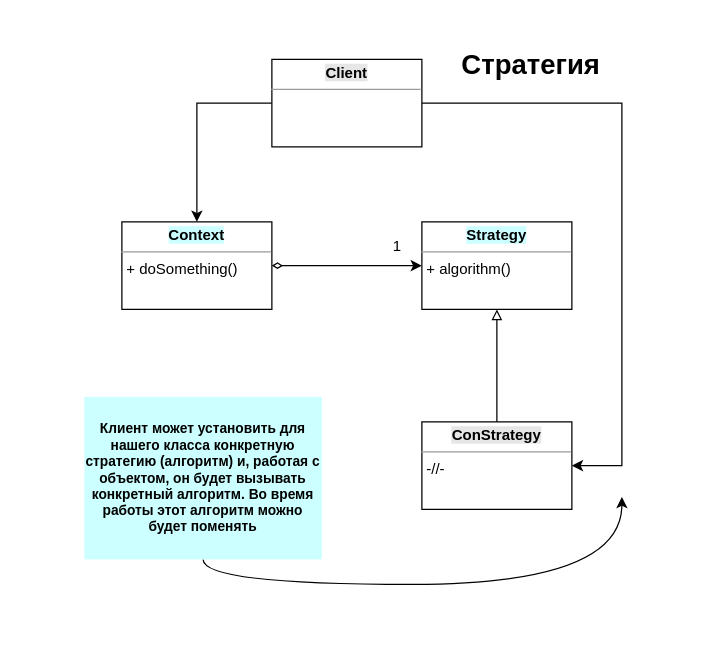
The draw.io diagram page "Стратегия" (1 of 5) of exam/uml/Паттерны поведения.drawio in Tulenenok/BMSTU_OOP, before the edit. Source tidied: cells renumbered, new cells numbered last; positions are measured from the earlier drawing's top-left corner, leaving out a move shared by most shapes. Both pictures are drawn from the tidied source at 125%, with x=0, y=0 at pixel (21, 21).
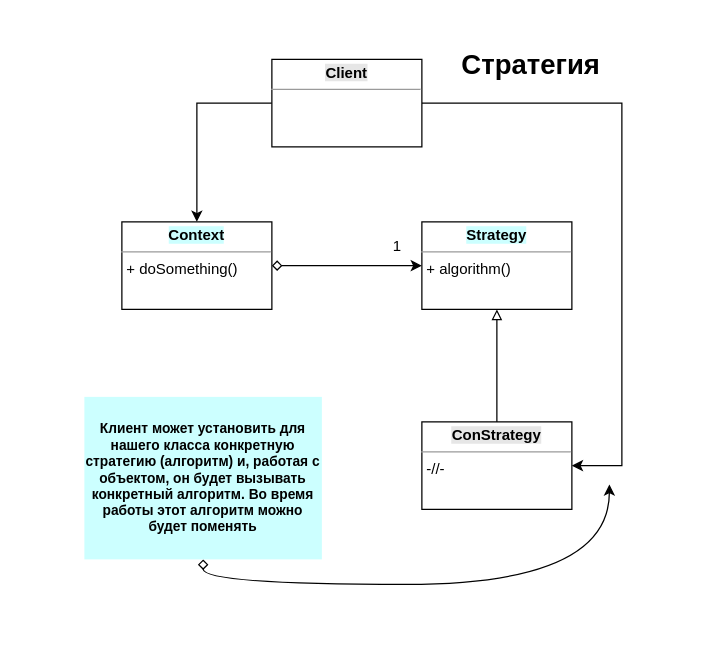
After the change.

The edit, as a diff of the source:
```diff
@@
 <mxGraphModel>
   <root>
     <mxCell id="0" />
     <mxCell id="1" parent="0" />
-    <mxCell id="2" style="edgeStyle=orthogonalEdgeStyle;rounded=0;jettySize=auto;html=1;exitX=1;exitY=0.5;exitDx=0;exitDy=0;entryX=0;entryY=0.5;entryDx=0;entryDy=0;endArrow=classic;endFill=1;startArrow=diamondThin;startFill=0;" parent="1" edge="1" source="3" target="4">
+    <mxCell id="2" style="edgeStyle=orthogonalEdgeStyle;curved=1;rounded=0;jettySize=auto;html=1;exitX=1;exitY=0.5;exitDx=0;exitDy=0;entryX=0;entryY=0.5;entryDx=0;entryDy=0;startArrow=diamond;startFill=0;endArrow=classic;endFill=1;" parent="1" edge="1" source="3" target="4">
       <mxGeometry relative="1" as="geometry" />
     </mxCell>
     <mxCell id="3" value="&lt;p style=&quot;margin:0px;margin-top:4px;text-align:center;&quot;&gt;&lt;b style=&quot;background-color: rgb(204, 255, 255);&quot;&gt;Context&lt;/b&gt;&lt;/p&gt;&lt;hr size=&quot;1&quot;&gt;&lt;p style=&quot;margin:0px;margin-left:4px;&quot;&gt;+ doSomething()&lt;/p&gt;" style="verticalAlign=top;align=left;overflow=fill;fontSize=12;fontFamily=Helvetica;html=1;" parent="1" vertex="1">
       <mxGeometry x="80" y="160" width="120" height="70" as="geometry" />
     </mxCell>
     <mxCell id="4" value="&lt;p style=&quot;margin:0px;margin-top:4px;text-align:center;&quot;&gt;&lt;b style=&quot;background-color: rgb(204, 255, 255);&quot;&gt;Strategy&lt;/b&gt;&lt;/p&gt;&lt;hr size=&quot;1&quot;&gt;&lt;p style=&quot;margin:0px;margin-left:4px;&quot;&gt;+ algorithm()&lt;/p&gt;" style="verticalAlign=top;align=left;overflow=fill;fontSize=12;fontFamily=Helvetica;html=1;" parent="1" vertex="1">
       <mxGeometry x="320" y="160" width="120" height="70" as="geometry" />
     </mxCell>
     <mxCell id="5" style="edgeStyle=orthogonalEdgeStyle;rounded=0;jettySize=auto;html=1;exitX=0.5;exitY=0;exitDx=0;exitDy=0;entryX=0.5;entryY=1;entryDx=0;entryDy=0;endArrow=block;endFill=0;" parent="1" edge="1" source="6" target="4">
       <mxGeometry relative="1" as="geometry" />
     </mxCell>
     <mxCell id="6" value="&lt;p style=&quot;margin:0px;margin-top:4px;text-align:center;&quot;&gt;&lt;b style=&quot;background-color: rgb(230, 230, 230);&quot;&gt;ConStrategy&lt;/b&gt;&lt;/p&gt;&lt;hr size=&quot;1&quot;&gt;&lt;p style=&quot;margin:0px;margin-left:4px;&quot;&gt;-//-&lt;/p&gt;" style="verticalAlign=top;align=left;overflow=fill;fontSize=12;fontFamily=Helvetica;html=1;" parent="1" vertex="1">
       <mxGeometry x="320" y="320" width="120" height="70" as="geometry" />
     </mxCell>
     <mxCell id="7" style="edgeStyle=orthogonalEdgeStyle;rounded=0;jettySize=auto;html=1;exitX=0;exitY=0.5;exitDx=0;exitDy=0;endArrow=classic;endFill=1;" parent="1" edge="1" source="9" target="3">
       <mxGeometry relative="1" as="geometry" />
     </mxCell>
     <mxCell id="8" style="edgeStyle=orthogonalEdgeStyle;rounded=0;jettySize=auto;html=1;exitX=1;exitY=0.5;exitDx=0;exitDy=0;entryX=1;entryY=0.5;entryDx=0;entryDy=0;endArrow=classic;endFill=1;" parent="1" edge="1" source="9" target="6">
       <mxGeometry relative="1" as="geometry">
         <Array as="points">
           <mxPoint x="480" y="65" />
           <mxPoint x="480" y="355" />
         </Array>
       </mxGeometry>
     </mxCell>
     <mxCell id="9" value="&lt;p style=&quot;margin:0px;margin-top:4px;text-align:center;&quot;&gt;&lt;b style=&quot;background-color: rgb(230, 230, 230);&quot;&gt;Client&lt;/b&gt;&lt;/p&gt;&lt;hr size=&quot;1&quot;&gt;&lt;p style=&quot;margin:0px;margin-left:4px;&quot;&gt;&lt;br&gt;&lt;/p&gt;" style="verticalAlign=top;align=left;overflow=fill;fontSize=12;fontFamily=Helvetica;html=1;" parent="1" vertex="1">
       <mxGeometry x="200" y="30" width="120" height="70" as="geometry" />
     </mxCell>
     <mxCell id="10" value="1" style="text;html=1;align=center;verticalAlign=middle;strokeColor=none;fillColor=none;" parent="1" vertex="1">
       <mxGeometry x="290" y="170" width="20" height="20" as="geometry" />
     </mxCell>
-    <mxCell id="11" style="edgeStyle=orthogonalEdgeStyle;rounded=0;jettySize=auto;html=1;exitX=0.5;exitY=1;exitDx=0;exitDy=0;startArrow=none;startFill=0;endArrow=classic;endFill=1;curved=1;" parent="1" edge="1" source="12">
-      <mxGeometry relative="1" as="geometry">
-        <mxPoint x="480" y="380" as="targetPoint" />
-        <Array as="points">
-          <mxPoint x="145" y="450" />
-          <mxPoint x="480" y="450" />
-        </Array>
-      </mxGeometry>
-    </mxCell>
+    <mxCell id="15" style="edgeStyle=orthogonalEdgeStyle;curved=1;rounded=0;jettySize=auto;html=1;exitX=0.5;exitY=1;exitDx=0;exitDy=0;startArrow=diamond;startFill=0;endArrow=classic;endFill=1;" parent="1" edge="1" source="12">
+      <mxGeometry relative="1" as="geometry">
+        <mxPoint x="470" y="370" as="targetPoint" />
+        <Array as="points">
+          <mxPoint x="145" y="450" />
+          <mxPoint x="470" y="450" />
+        </Array>
+      </mxGeometry>
+    </mxCell>
     <mxCell id="12" value="Клиент может установить для нашего класса конкретную стратегию (алгоритм) и, работая с объектом, он будет вызывать конкретный алгоритм. Во время работы этот алгоритм можно будет поменять" style="text;html=1;strokeColor=none;fillColor=#CCFFFF;align=center;verticalAlign=middle;whiteSpace=wrap;rounded=0;fontSize=11;fontStyle=1;" parent="1" vertex="1">
       <mxGeometry x="50" y="300" width="190" height="130" as="geometry" />
     </mxCell>
     <mxCell id="13" value="&lt;b&gt;Стратегия&lt;/b&gt;" style="text;html=1;strokeColor=none;fillColor=none;align=center;verticalAlign=middle;whiteSpace=wrap;rounded=0;fontSize=22;" parent="1" vertex="1">
       <mxGeometry x="320" y="20" width="175" height="30" as="geometry" />
     </mxCell>
-    <mxCell id="14" style="rounded=0;whiteSpace=wrap;html=1;labelBackgroundColor=#E6E6E6;fillColor=none;strokeColor=none;" parent="1" vertex="1">
-      <mxGeometry width="530" height="490" as="geometry" />
-    </mxCell>
   </root>
 </mxGraphModel>
```
